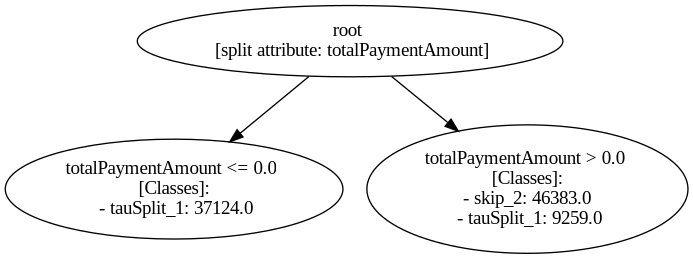
piepor/multiple-paths-decision-mining keeps this Graphviz diagram as figures/Road_Traffic_Fine_Management_Process-p_2-10.gv.png. Above is the earlier version. Its source is kept beside it as figures/Road_Traffic_Fine_Management_Process-p_2-10.gv. Its diagram source:
```dot
digraph "Road_Traffic_Fine_Management_Process-p_2-10" {
	"85966f62-d713-429b-8fd2-3eb709b01870" [label="root
 [split attribute: totalPaymentAmount]"]
	"06bf4099-02de-474c-be06-d0bafe91b0b9" [label="totalPaymentAmount <= 0.0
 [Classes]:
 - tauSplit_1: 37124.0"]
	"85966f62-d713-429b-8fd2-3eb709b01870" -> "06bf4099-02de-474c-be06-d0bafe91b0b9"
	"99f11b1b-c3c0-4eda-90fc-e30510b0f41e" [label="totalPaymentAmount > 0.0
 [Classes]:
 - skip_2: 46383.0
 - tauSplit_1: 9259.0"]
	"85966f62-d713-429b-8fd2-3eb709b01870" -> "99f11b1b-c3c0-4eda-90fc-e30510b0f41e"
}
```
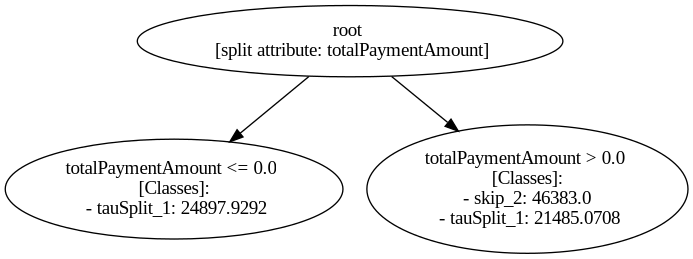
The same file after the commit.

Diff of the diagram source:
```diff
@@ -1,13 +1,13 @@
 digraph "Road_Traffic_Fine_Management_Process-p_2-10" {
-	"85966f62-d713-429b-8fd2-3eb709b01870" [label="root
+	"079002e3-2187-466b-8a24-92b41cef2ac6" [label="root
  [split attribute: totalPaymentAmount]"]
-	"06bf4099-02de-474c-be06-d0bafe91b0b9" [label="totalPaymentAmount <= 0.0
+	"3489dd51-142c-40ae-8c81-8bc6d0095764" [label="totalPaymentAmount <= 0.0
  [Classes]:
- - tauSplit_1: 37124.0"]
-	"85966f62-d713-429b-8fd2-3eb709b01870" -> "06bf4099-02de-474c-be06-d0bafe91b0b9"
-	"99f11b1b-c3c0-4eda-90fc-e30510b0f41e" [label="totalPaymentAmount > 0.0
+ - tauSplit_1: 24897.9292"]
+	"079002e3-2187-466b-8a24-92b41cef2ac6" -> "3489dd51-142c-40ae-8c81-8bc6d0095764"
+	"48c9514b-8e29-4ba8-891d-cb4eb8720f75" [label="totalPaymentAmount > 0.0
  [Classes]:
  - skip_2: 46383.0
- - tauSplit_1: 9259.0"]
-	"85966f62-d713-429b-8fd2-3eb709b01870" -> "99f11b1b-c3c0-4eda-90fc-e30510b0f41e"
+ - tauSplit_1: 21485.0708"]
+	"079002e3-2187-466b-8a24-92b41cef2ac6" -> "48c9514b-8e29-4ba8-891d-cb4eb8720f75"
 }
```
